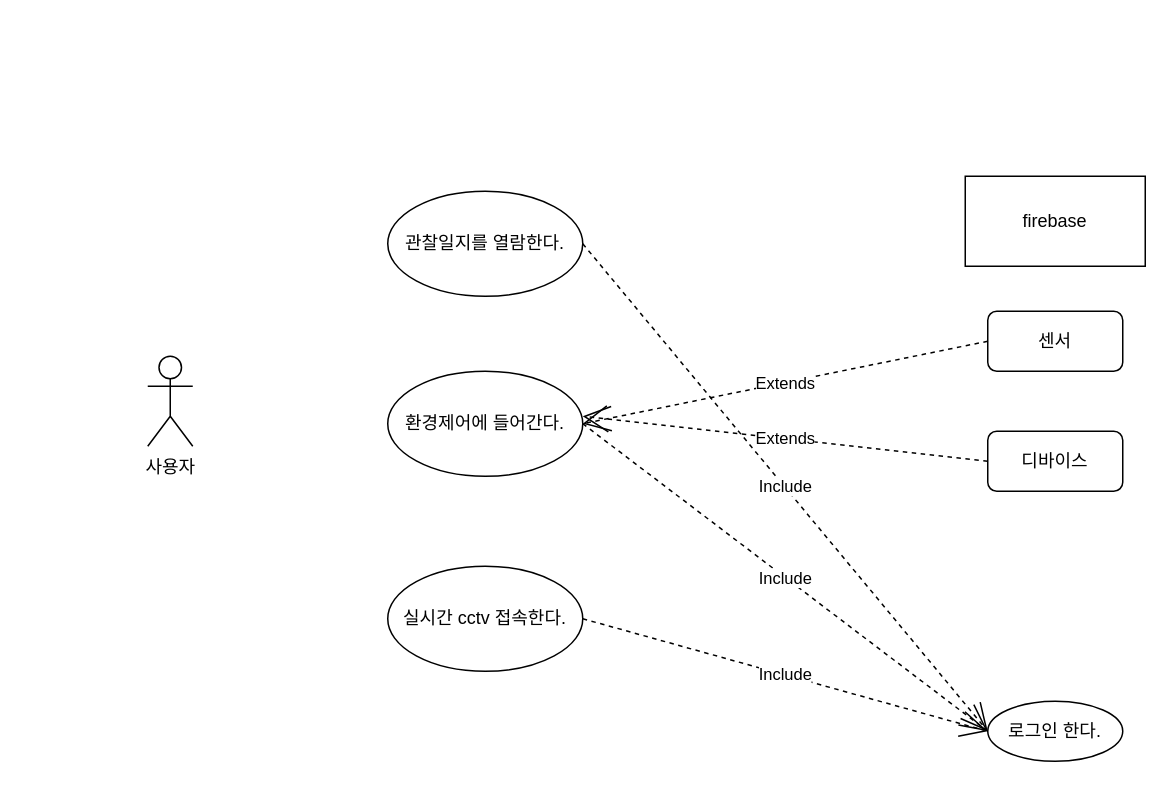
Earlier version of the draw.io diagram 4주차/유스케이스.drawio (sonmyungwon/Software-Development). Source tidied: cells renumbered, new cells numbered last; positions are measured from the earlier drawing's top-left corner, leaving out a move shared by most shapes. Both pictures are drawn from the tidied source at 150%, with x=0, y=0 at pixel (147, 176).
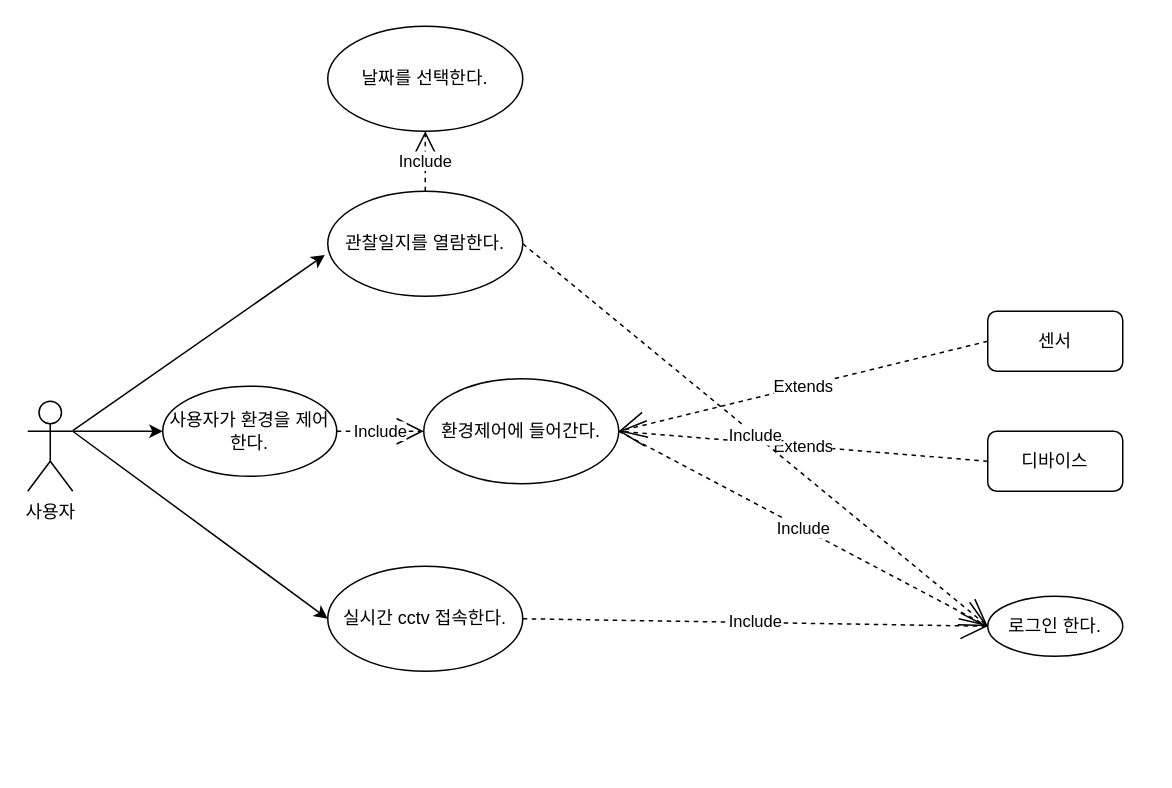
The same diagram, later.

Commit message:
유스케이스.drawio 업데이트

Unchanged cells that the change refers to:
```xml
<mxCell id="3" value="센서" style="rounded=1;whiteSpace=wrap;html=1;" parent="1" vertex="1">
  <mxGeometry x="560" y="90" width="90" height="40" as="geometry" />
</mxCell>
<mxCell id="4" value="디바이스" style="rounded=1;whiteSpace=wrap;html=1;" parent="1" vertex="1">
  <mxGeometry x="560" y="170" width="90" height="40" as="geometry" />
</mxCell>
```

What changed in the source:
```diff
@@
     <mxCell id="2" value="사용자" style="shape=umlActor;verticalLabelPosition=bottom;verticalAlign=top;html=1;outlineConnect=0;" parent="1" vertex="1">
-      <mxGeometry y="120" width="30" height="60" as="geometry" />
+      <mxGeometry x="-80" y="150" width="30" height="60" as="geometry" />
     </mxCell>
@@
     <mxCell id="5" value="관찰일지를 열람한다." style="ellipse;whiteSpace=wrap;html=1;" parent="1" vertex="1">
-      <mxGeometry x="160" y="10" width="130" height="70" as="geometry" />
+      <mxGeometry x="120" y="10" width="130" height="70" as="geometry" />
     </mxCell>
     <mxCell id="6" value="로그인 한다." style="ellipse;whiteSpace=wrap;html=1;" parent="1" vertex="1">
-      <mxGeometry x="560" y="350" width="90" height="40" as="geometry" />
+      <mxGeometry x="560" y="280" width="90" height="40" as="geometry" />
     </mxCell>
     <mxCell id="7" value="환경제어에 들어간다." style="ellipse;whiteSpace=wrap;html=1;" parent="1" vertex="1">
-      <mxGeometry x="160" y="130" width="130" height="70" as="geometry" />
+      <mxGeometry x="184" y="135" width="130" height="70" as="geometry" />
     </mxCell>
     <mxCell id="8" value="실시간 cctv 접속한다." style="ellipse;whiteSpace=wrap;html=1;" parent="1" vertex="1">
-      <mxGeometry x="160" y="260" width="130" height="70" as="geometry" />
+      <mxGeometry x="120" y="260" width="130" height="70" as="geometry" />
     </mxCell>
-    <mxCell id="9" value="Extends" style="endArrow=open;endSize=16;endFill=0;html=1;rounded=0;dashed=1;exitX=0;exitY=0.5;exitDx=0;exitDy=0;" parent="1" edge="1" source="3">
-      <mxGeometry relative="1" as="geometry">
-        <mxPoint x="290" y="165" as="targetPoint" />
-      </mxGeometry>
+    <mxCell id="9" value="Extends" style="endArrow=open;endSize=16;endFill=0;html=1;rounded=0;dashed=1;exitX=0;exitY=0.5;exitDx=0;exitDy=0;entryX=1;entryY=0.5;entryDx=0;entryDy=0;" parent="1" edge="1" source="3" target="7">
+      <mxGeometry relative="1" as="geometry" />
     </mxCell>
-    <mxCell id="10" value="Extends" style="endArrow=open;endSize=16;endFill=0;html=1;rounded=0;exitX=0;exitY=0.5;exitDx=0;exitDy=0;dashed=1;" parent="1" edge="1" source="4">
-      <mxGeometry relative="1" as="geometry">
-        <mxPoint x="290" y="160" as="targetPoint" />
-      </mxGeometry>
+    <mxCell id="10" value="Extends" style="endArrow=open;endSize=16;endFill=0;html=1;rounded=0;exitX=0;exitY=0.5;exitDx=0;exitDy=0;dashed=1;entryX=1;entryY=0.5;entryDx=0;entryDy=0;" parent="1" edge="1" source="4" target="7">
+      <mxGeometry relative="1" as="geometry" />
     </mxCell>
-    <mxCell id="11" value="Include" style="endArrow=open;endSize=16;endFill=0;html=1;rounded=0;exitX=1;exitY=0.5;exitDx=0;exitDy=0;dashed=1;" parent="1" edge="1" source="7">
-      <mxGeometry relative="1" as="geometry">
-        <mxPoint x="560" y="370" as="targetPoint" />
-      </mxGeometry>
+    <mxCell id="11" value="Include" style="endArrow=open;endSize=16;endFill=0;html=1;rounded=0;exitX=1;exitY=0.5;exitDx=0;exitDy=0;dashed=1;entryX=0;entryY=0.5;entryDx=0;entryDy=0;" parent="1" edge="1" source="7" target="6">
+      <mxGeometry relative="1" as="geometry" />
     </mxCell>
-    <mxCell id="12" value="firebase" style="rounded=0;whiteSpace=wrap;html=1;" parent="1" vertex="1">
-      <mxGeometry x="545" width="120" height="60" as="geometry" />
-    </mxCell>
-    <mxCell id="13" value="Include" style="endArrow=open;endSize=16;endFill=0;html=1;rounded=0;dashed=1;exitX=1;exitY=0.5;exitDx=0;exitDy=0;" parent="1" edge="1" source="8">
-      <mxGeometry relative="1" as="geometry">
-        <mxPoint x="560" y="370" as="targetPoint" />
-      </mxGeometry>
+    <mxCell id="13" value="Include" style="endArrow=open;endSize=16;endFill=0;html=1;rounded=0;dashed=1;exitX=1;exitY=0.5;exitDx=0;exitDy=0;entryX=0;entryY=0.5;entryDx=0;entryDy=0;" parent="1" edge="1" source="8" target="6">
+      <mxGeometry relative="1" as="geometry" />
     </mxCell>
@@
+    <mxCell id="15" value="날짜를 선택한다." style="ellipse;whiteSpace=wrap;html=1;" parent="1" vertex="1">
+      <mxGeometry x="120" y="-100" width="130" height="70" as="geometry" />
+    </mxCell>
+    <mxCell id="16" value="Include" style="endArrow=open;endSize=16;endFill=0;html=1;rounded=0;exitX=0.5;exitY=0;exitDx=0;exitDy=0;dashed=1;entryX=0.5;entryY=1;entryDx=0;entryDy=0;" parent="1" edge="1" source="5" target="15">
+      <mxGeometry relative="1" as="geometry" />
+    </mxCell>
+    <mxCell id="17" style="endArrow=classic;html=1;rounded=0;entryX=-0.015;entryY=0.606;entryDx=0;entryDy=0;entryPerimeter=0;" parent="1" edge="1" source="2" target="5">
+      <mxGeometry relative="1" as="geometry" />
+    </mxCell>
+    <mxCell id="18" style="endArrow=classic;html=1;rounded=0;entryX=0;entryY=0.5;entryDx=0;entryDy=0;exitX=1;exitY=0.3333333333333333;exitDx=0;exitDy=0;exitPerimeter=0;" parent="1" edge="1" source="2" target="20">
+      <mxGeometry relative="1" as="geometry" />
+    </mxCell>
+    <mxCell id="19" style="endArrow=classic;html=1;rounded=0;entryX=0;entryY=0.5;entryDx=0;entryDy=0;exitX=1;exitY=0.3333333333333333;exitDx=0;exitDy=0;exitPerimeter=0;" parent="1" edge="1" source="2" target="8">
+      <mxGeometry relative="1" as="geometry" />
+    </mxCell>
+    <mxCell id="20" value="사용자가 환경을 제어한다." style="ellipse;whiteSpace=wrap;html=1;" parent="1" vertex="1">
+      <mxGeometry x="10" y="140" width="116" height="60" as="geometry" />
+    </mxCell>
+    <mxCell id="21" value="Include" style="endArrow=open;endSize=16;endFill=0;html=1;rounded=0;exitX=1;exitY=0.5;exitDx=0;exitDy=0;dashed=1;entryX=0;entryY=0.5;entryDx=0;entryDy=0;" parent="1" edge="1" source="20" target="7">
+      <mxGeometry relative="1" as="geometry" />
+    </mxCell>
```
